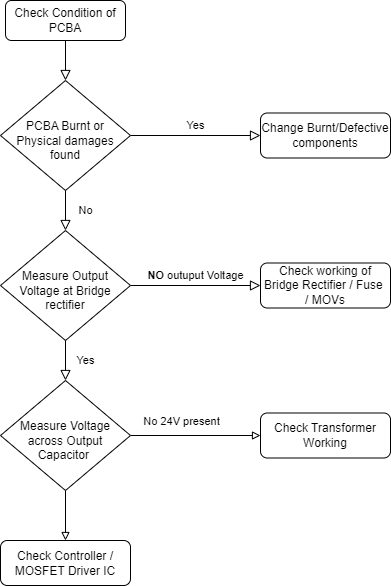
Before: Debug_Tree.png, a diagram exported from draw.io (Mohammedsaklain/TINA-TI). Source tidied: cells renumbered, new cells last; positions are measured from the earlier drawing's top-left corner, leaving out a move shared by most shapes.
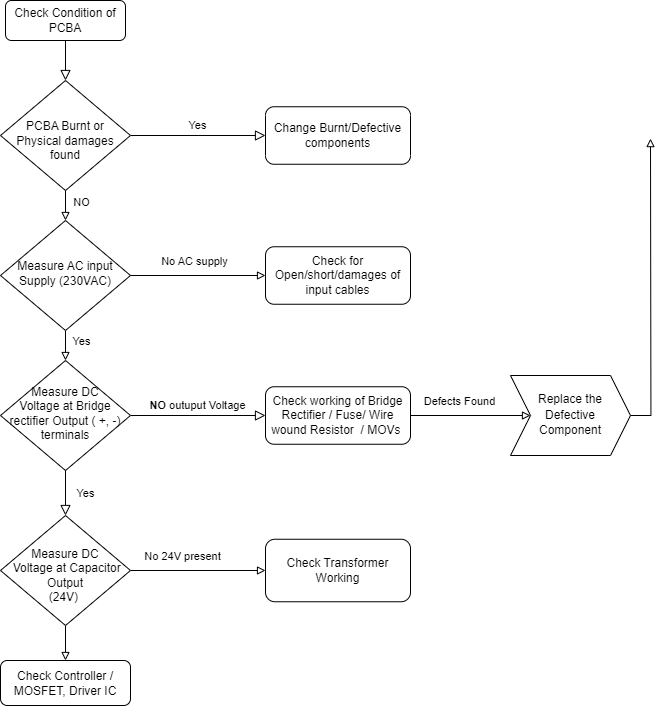
The same diagram one commit later.

Diff of the diagram source:
```diff
@@ -2,32 +2,64 @@
   <root>
     <mxCell id="0" />
     <mxCell id="1" parent="0" />
+    <mxCell id="18" style="edgeStyle=orthogonalEdgeStyle;rounded=0;hachureGap=4;jettySize=auto;html=1;exitX=0.5;exitY=1;exitDx=0;exitDy=0;entryX=0.5;entryY=0;entryDx=0;entryDy=0;fontFamily=Architects Daughter;fontSource=https%3A%2F%2Ffonts.googleapis.com%2Fcss%3Ffamily%3DArchitects%2BDaughter;endArrow=block;endFill=0;" parent="1" edge="1" source="22" target="9">
+      <mxGeometry relative="1" as="geometry" />
+    </mxCell>
+    <mxCell id="19" value="Yes" style="edgeLabel;html=1;align=center;verticalAlign=middle;sketch=1;hachureGap=4;jiggle=2;curveFitting=1;fontFamily=Helvetica;" parent="18" vertex="1">
+      <mxGeometry x="-0.36" relative="1" as="geometry">
+        <mxPoint x="15" as="offset" />
+      </mxGeometry>
+    </mxCell>
+    <mxCell id="20" style="edgeStyle=orthogonalEdgeStyle;rounded=0;hachureGap=4;jettySize=auto;html=1;exitX=1;exitY=0.5;exitDx=0;exitDy=0;fontFamily=Architects Daughter;fontSource=https%3A%2F%2Ffonts.googleapis.com%2Fcss%3Ffamily%3DArchitects%2BDaughter;endArrow=block;endFill=0;entryX=0;entryY=0.5;entryDx=0;entryDy=0;" parent="1" edge="1" source="22" target="27">
+      <mxGeometry relative="1" as="geometry" />
+    </mxCell>
+    <mxCell id="21" value="No AC supply" style="edgeLabel;html=1;align=center;verticalAlign=middle;sketch=1;hachureGap=4;jiggle=2;curveFitting=1;fontFamily=Helvetica;" parent="20" vertex="1">
+      <mxGeometry x="-0.15" y="1" relative="1" as="geometry">
+        <mxPoint x="6" y="-14" as="offset" />
+      </mxGeometry>
+    </mxCell>
+    <mxCell id="22" value="Measure AC input Supply (230VAC)" style="rhombus;whiteSpace=wrap;html=1;shadow=0;fontFamily=Helvetica;fontSize=12;align=center;strokeWidth=1;spacing=6;spacingTop=-4;" parent="1" vertex="1">
+      <mxGeometry y="220" width="130" height="110" as="geometry" />
+    </mxCell>
     <mxCell id="2" style="rounded=0;html=1;jettySize=auto;fontSize=11;endArrow=block;endFill=0;endSize=8;strokeWidth=1;shadow=0;labelBackgroundColor=none;edgeStyle=orthogonalEdgeStyle;" parent="1" edge="1" source="3" target="6">
       <mxGeometry relative="1" as="geometry" />
     </mxCell>
     <mxCell id="3" value="Check Condition of PCBA" style="rounded=1;whiteSpace=wrap;html=1;fontSize=12;glass=0;strokeWidth=1;shadow=0;" parent="1" vertex="1">
       <mxGeometry x="5" width="120" height="40" as="geometry" />
     </mxCell>
-    <mxCell id="4" value="No" style="rounded=0;html=1;jettySize=auto;fontSize=11;endArrow=block;endFill=0;endSize=8;strokeWidth=1;shadow=0;labelBackgroundColor=none;edgeStyle=orthogonalEdgeStyle;" parent="1" edge="1" source="6" target="9">
-      <mxGeometry y="20" relative="1" as="geometry" />
-    </mxCell>
     <mxCell id="5" value="Yes" style="edgeStyle=orthogonalEdgeStyle;rounded=0;html=1;jettySize=auto;fontSize=11;endArrow=block;endFill=0;endSize=8;strokeWidth=1;shadow=0;labelBackgroundColor=none;" parent="1" edge="1" source="6" target="7">
       <mxGeometry y="10" relative="1" as="geometry" />
     </mxCell>
+    <mxCell id="23" style="edgeStyle=orthogonalEdgeStyle;rounded=0;hachureGap=4;jettySize=auto;html=1;exitX=0.5;exitY=1;exitDx=0;exitDy=0;entryX=0.5;entryY=0;entryDx=0;entryDy=0;fontFamily=Architects Daughter;fontSource=https%3A%2F%2Ffonts.googleapis.com%2Fcss%3Ffamily%3DArchitects%2BDaughter;endArrow=block;endFill=0;" parent="1" edge="1" source="6" target="22">
+      <mxGeometry relative="1" as="geometry" />
+    </mxCell>
+    <mxCell id="24" value="NO" style="edgeLabel;html=1;align=center;verticalAlign=middle;sketch=1;hachureGap=4;jiggle=2;curveFitting=1;fontFamily=Helvetica;" parent="23" vertex="1">
+      <mxGeometry x="-0.27" y="1" relative="1" as="geometry">
+        <mxPoint x="14" as="offset" />
+      </mxGeometry>
+    </mxCell>
     <mxCell id="6" value="&lt;br&gt;PCBA Burnt or Physical damages found" style="rhombus;whiteSpace=wrap;html=1;shadow=0;fontFamily=Helvetica;fontSize=12;align=center;strokeWidth=1;spacing=6;spacingTop=-4;" parent="1" vertex="1">
       <mxGeometry y="80" width="130" height="110" as="geometry" />
     </mxCell>
     <mxCell id="7" value="Change Burnt/Defective components" style="rounded=1;whiteSpace=wrap;html=1;fontSize=12;glass=0;strokeWidth=1;shadow=0;" parent="1" vertex="1">
-      <mxGeometry x="260" y="112.5" width="130" height="45" as="geometry" />
+      <mxGeometry x="265" y="106.2" width="145" height="57.5" as="geometry" />
     </mxCell>
     <mxCell id="8" value="&lt;b&gt;NO&lt;/b&gt; outuput Voltage" style="edgeStyle=orthogonalEdgeStyle;rounded=0;html=1;jettySize=auto;fontSize=11;endArrow=block;endFill=0;endSize=8;strokeWidth=1;shadow=0;labelBackgroundColor=none;" parent="1" edge="1" source="9" target="10">
       <mxGeometry y="10" relative="1" as="geometry" />
     </mxCell>
-    <mxCell id="9" value="&lt;br&gt;Measure Output Voltage&amp;nbsp;at Bridge rectifier" style="rhombus;whiteSpace=wrap;html=1;shadow=0;fontFamily=Helvetica;fontSize=12;align=center;strokeWidth=1;spacing=6;spacingTop=-4;" parent="1" vertex="1">
-      <mxGeometry y="230" width="130" height="110" as="geometry" />
+    <mxCell id="9" value="Measure DC Voltage&amp;nbsp;at Bridge rectifier Output ( +, -) terminals" style="rhombus;whiteSpace=wrap;html=1;shadow=0;fontFamily=Helvetica;fontSize=12;align=center;strokeWidth=1;spacing=6;spacingTop=-4;" parent="1" vertex="1">
+      <mxGeometry y="360" width="130" height="110" as="geometry" />
     </mxCell>
+    <mxCell id="25" style="edgeStyle=orthogonalEdgeStyle;rounded=0;hachureGap=4;jettySize=auto;html=1;exitX=1;exitY=0.5;exitDx=0;exitDy=0;entryX=0;entryY=0.5;entryDx=0;entryDy=0;fontFamily=Architects Daughter;fontSource=https%3A%2F%2Ffonts.googleapis.com%2Fcss%3Ffamily%3DArchitects%2BDaughter;endArrow=block;endFill=0;" parent="1" edge="1" source="10" target="29">
+      <mxGeometry relative="1" as="geometry" />
+    </mxCell>
+    <mxCell id="26" value="&lt;font face=&quot;Helvetica&quot;&gt;Defects Found&lt;/font&gt;" style="edgeLabel;html=1;align=center;verticalAlign=middle;sketch=1;hachureGap=4;jiggle=2;curveFitting=1;fontFamily=Architects Daughter;fontSource=https%3A%2F%2Ffonts.googleapis.com%2Fcss%3Ffamily%3DArchitects%2BDaughter;" parent="25" vertex="1">
+      <mxGeometry x="-0.23" y="3" relative="1" as="geometry">
+        <mxPoint x="1" y="-12" as="offset" />
+      </mxGeometry>
+    </mxCell>
-    <mxCell id="10" value="Check working of Bridge Rectifier / Fuse&amp;nbsp; / MOVs" style="rounded=1;whiteSpace=wrap;html=1;fontSize=12;glass=0;strokeWidth=1;shadow=0;" parent="1" vertex="1">
-      <mxGeometry x="260" y="262.5" width="130" height="45" as="geometry" />
+    <mxCell id="10" value="Check working of Bridge Rectifier / Fuse/ Wire wound Resistor&amp;nbsp; / MOVs&amp;nbsp;" style="rounded=1;whiteSpace=wrap;html=1;fontSize=12;glass=0;strokeWidth=1;shadow=0;" parent="1" vertex="1">
+      <mxGeometry x="265" y="386.2" width="145" height="57.5" as="geometry" />
     </mxCell>
     <mxCell id="11" style="edgeStyle=orthogonalEdgeStyle;rounded=0;hachureGap=4;jettySize=auto;html=1;exitX=1;exitY=0.5;exitDx=0;exitDy=0;entryX=0;entryY=0.5;entryDx=0;entryDy=0;fontFamily=Architects Daughter;fontSource=https%3A%2F%2Ffonts.googleapis.com%2Fcss%3Ffamily%3DArchitects%2BDaughter;endArrow=block;endFill=0;" parent="1" edge="1" source="14" target="16">
       <mxGeometry relative="1" as="geometry" />
@@ -40,17 +72,28 @@
     <mxCell id="13" style="edgeStyle=orthogonalEdgeStyle;rounded=0;hachureGap=4;jettySize=auto;html=1;exitX=0.5;exitY=1;exitDx=0;exitDy=0;entryX=0.5;entryY=0;entryDx=0;entryDy=0;fontFamily=Architects Daughter;fontSource=https%3A%2F%2Ffonts.googleapis.com%2Fcss%3Ffamily%3DArchitects%2BDaughter;endArrow=block;endFill=0;" parent="1" edge="1" source="14" target="17">
       <mxGeometry relative="1" as="geometry" />
     </mxCell>
-    <mxCell id="14" value="&lt;br&gt;Measure Voltage across Output Capacitor&amp;nbsp;" style="rhombus;whiteSpace=wrap;html=1;shadow=0;fontFamily=Helvetica;fontSize=12;align=center;strokeWidth=1;spacing=6;spacingTop=-4;" parent="1" vertex="1">
-      <mxGeometry y="380" width="130" height="110" as="geometry" />
+    <mxCell id="14" value="&lt;br&gt;Measure DC&lt;br&gt;&amp;nbsp;Voltage at Capacitor&lt;br&gt;Output&lt;br&gt;(24V)&amp;nbsp;" style="rhombus;whiteSpace=wrap;html=1;shadow=0;fontFamily=Helvetica;fontSize=12;align=center;strokeWidth=1;spacing=6;spacingTop=-4;" parent="1" vertex="1">
+      <mxGeometry y="515" width="130" height="110" as="geometry" />
     </mxCell>
     <mxCell id="15" value="Yes" style="rounded=0;html=1;jettySize=auto;fontSize=11;endArrow=block;endFill=0;endSize=8;strokeWidth=1;shadow=0;labelBackgroundColor=none;edgeStyle=orthogonalEdgeStyle;exitX=0.5;exitY=1;exitDx=0;exitDy=0;" parent="1" edge="1" source="9" target="14">
       <mxGeometry y="20" relative="1" as="geometry" />
     </mxCell>
     <mxCell id="16" value="Check Transformer Working" style="rounded=1;whiteSpace=wrap;html=1;fontSize=12;glass=0;strokeWidth=1;shadow=0;" parent="1" vertex="1">
-      <mxGeometry x="260" y="412.5" width="130" height="45" as="geometry" />
+      <mxGeometry x="265" y="538.8" width="145" height="62.5" as="geometry" />
     </mxCell>
-    <mxCell id="17" value="Check Controller / MOSFET Driver IC" style="rounded=1;whiteSpace=wrap;html=1;fontSize=12;glass=0;strokeWidth=1;shadow=0;" parent="1" vertex="1">
-      <mxGeometry y="540" width="130" height="45" as="geometry" />
+    <mxCell id="17" value="Check Controller / MOSFET, Driver IC" style="rounded=1;whiteSpace=wrap;html=1;fontSize=12;glass=0;strokeWidth=1;shadow=0;" parent="1" vertex="1">
+      <mxGeometry y="660" width="130" height="45" as="geometry" />
     </mxCell>
+    <mxCell id="27" value="Check for Open/short/damages of input cables" style="rounded=1;whiteSpace=wrap;html=1;fontSize=12;glass=0;strokeWidth=1;shadow=0;" parent="1" vertex="1">
+      <mxGeometry x="265" y="246.2" width="145" height="57.5" as="geometry" />
+    </mxCell>
+    <mxCell id="28" style="edgeStyle=orthogonalEdgeStyle;rounded=0;hachureGap=4;jettySize=auto;html=1;fontFamily=Architects Daughter;fontSource=https%3A%2F%2Ffonts.googleapis.com%2Fcss%3Ffamily%3DArchitects%2BDaughter;endArrow=block;endFill=0;" parent="1" edge="1" source="29">
+      <mxGeometry relative="1" as="geometry">
+        <mxPoint x="650" y="138.1" as="targetPoint" />
+      </mxGeometry>
+    </mxCell>
+    <mxCell id="29" value="&lt;font face=&quot;Helvetica&quot;&gt;Replace the &lt;br&gt;Defective &lt;br&gt;Component&lt;/font&gt;" style="shape=step;perimeter=stepPerimeter;whiteSpace=wrap;html=1;fixedSize=1;hachureGap=4;fontFamily=Architects Daughter;fontSource=https%3A%2F%2Ffonts.googleapis.com%2Fcss%3Ffamily%3DArchitects%2BDaughter;" parent="1" vertex="1">
+      <mxGeometry x="510" y="375" width="120" height="80" as="geometry" />
+    </mxCell>
   </root>
 </mxGraphModel>
```
